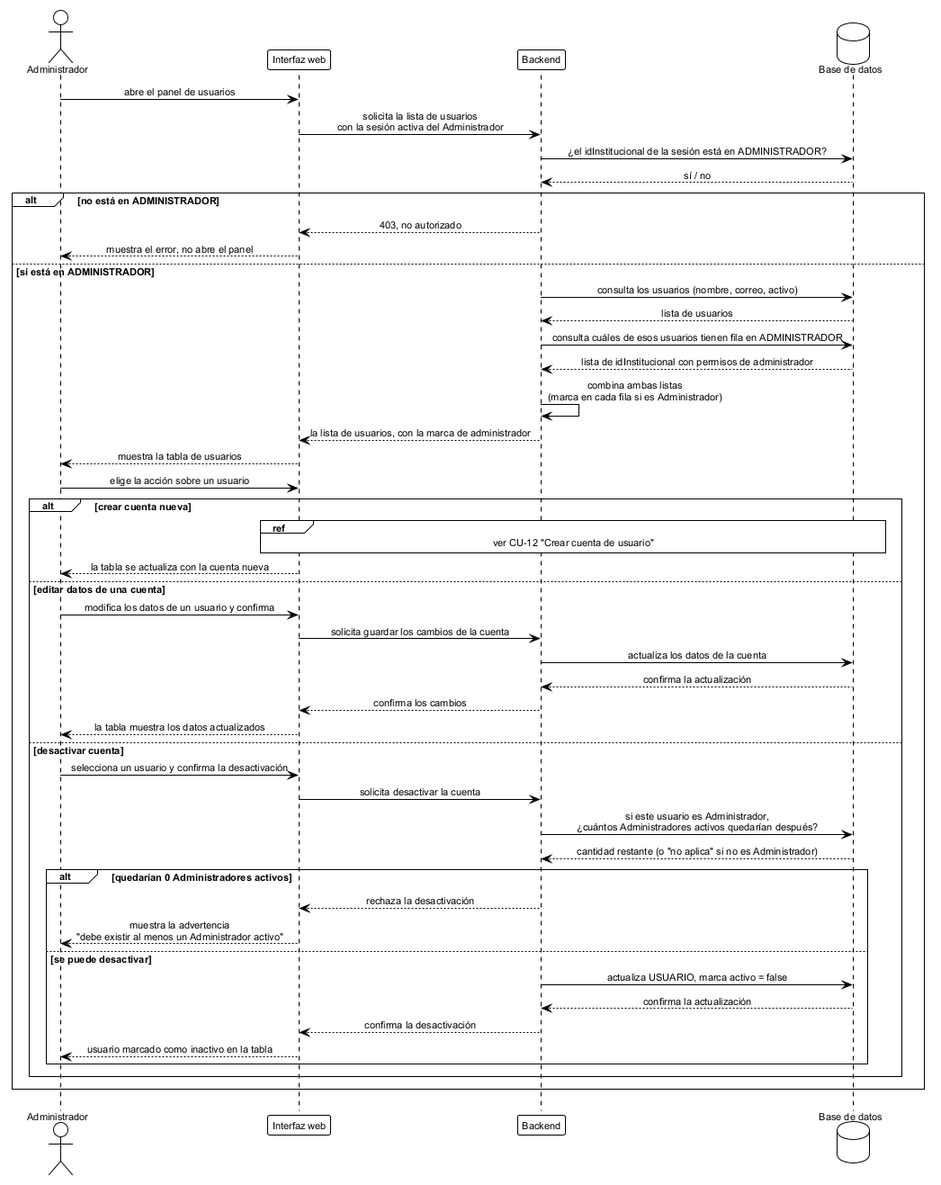
Earlier version of the PlantUML export figures/mermaid/seq_gestion_usuarios.png (ErickJester/fst-ai-system-latex).
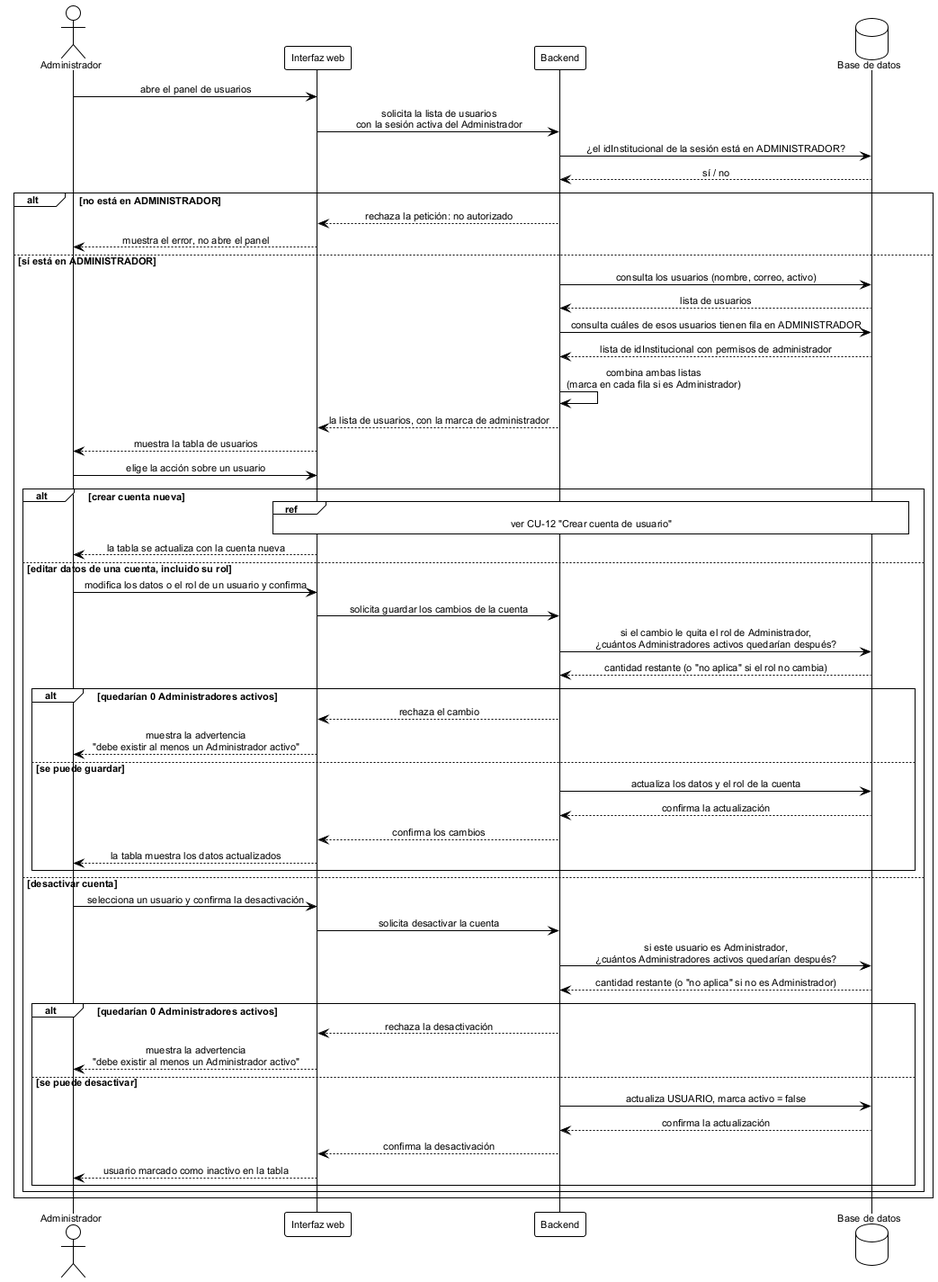
The same file after the commit.

What changed in the source:
```diff
@@ -19,7 +19,7 @@
 db --> api: sí / no
 
 alt no está en ADMINISTRADOR
-  api --> ui: 403, no autorizado
+  api --> ui: rechaza la petición: no autorizado
   ui --> admin: muestra el error, no abre el panel
 else sí está en ADMINISTRADOR
   api -> db: consulta los usuarios (nombre, correo, activo)
@@ -38,14 +38,23 @@
     end ref
     ui --> admin: la tabla se actualiza con la cuenta nueva
 
-  else editar datos de una cuenta
+  else editar datos de una cuenta, incluido su rol
 
-    admin -> ui: modifica los datos de un usuario y confirma
+    admin -> ui: modifica los datos o el rol de un usuario y confirma
     ui -> api: solicita guardar los cambios de la cuenta
-    api -> db: actualiza los datos de la cuenta
-    db --> api: confirma la actualización
-    api --> ui: confirma los cambios
-    ui --> admin: la tabla muestra los datos actualizados
+
+    api -> db: si el cambio le quita el rol de Administrador,\n¿cuántos Administradores activos quedarían después?
+    db --> api: cantidad restante (o "no aplica" si el rol no cambia)
+
+    alt quedarían 0 Administradores activos
+      api --> ui: rechaza el cambio
+      ui --> admin: muestra la advertencia\n"debe existir al menos un Administrador activo"
+    else se puede guardar
+      api -> db: actualiza los datos y el rol de la cuenta
+      db --> api: confirma la actualización
+      api --> ui: confirma los cambios
+      ui --> admin: la tabla muestra los datos actualizados
+    end
 
   else desactivar cuenta
 
```
